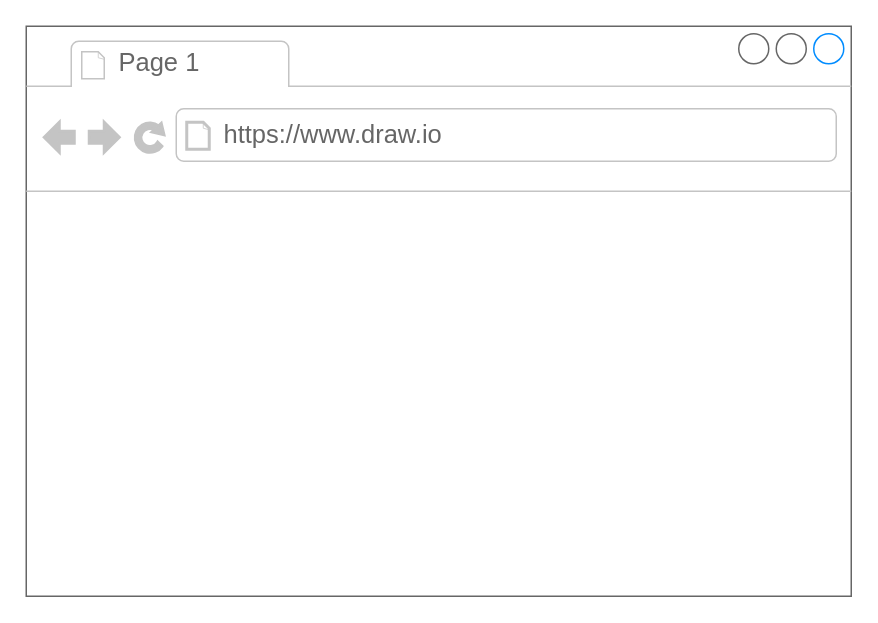
Above: Untitled Diagram.drawio in linsijiLaGuara/Node-with-React-Fullstack-Web-Development (draw.io), before the change. Source tidied: cells renumbered, new cells numbered last; positions are measured from the earlier drawing's top-left corner, leaving out a move shared by most shapes. Both pictures are drawn from the tidied source at 150%, with x=0, y=0 at pixel (26, 26).
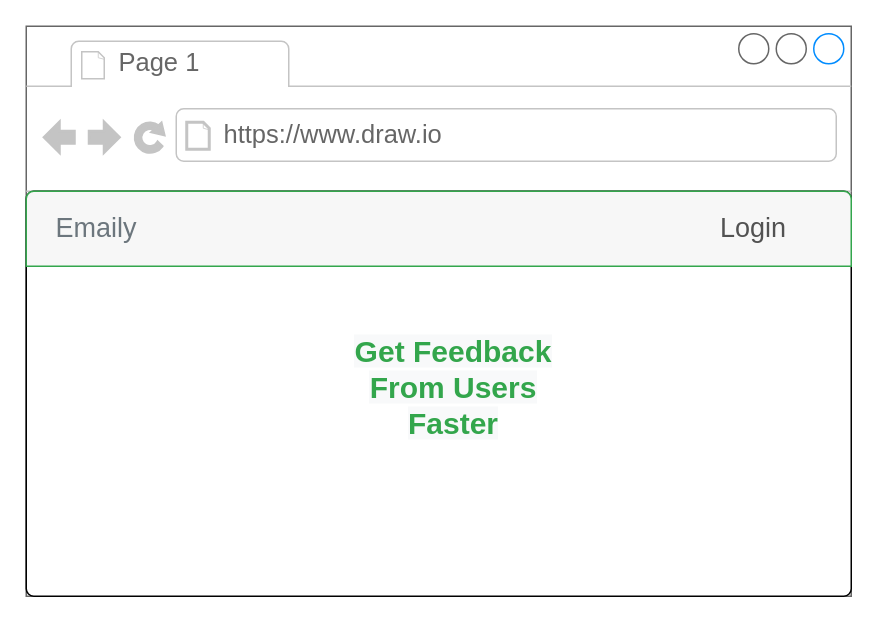
After the change.

Change to the diagram source:
```diff
@@
 <mxGraphModel>
   <root>
     <mxCell id="0" />
     <mxCell id="1" parent="0" />
     <mxCell id="2" style="strokeWidth=1;shadow=0;dashed=0;align=center;html=1;shape=mxgraph.mockup.containers.browserWindow;rSize=0;strokeColor=#666666;strokeColor2=#008cff;strokeColor3=#c4c4c4;mainText=,;" parent="1" vertex="1">
       <mxGeometry width="550" height="380" as="geometry" />
     </mxCell>
     <mxCell id="3" value="Page 1" style="strokeWidth=1;shadow=0;dashed=0;align=center;html=1;shape=mxgraph.mockup.containers.anchor;fontSize=17;fontColor=#666666;align=left;" parent="2" vertex="1">
       <mxGeometry x="60" y="12" width="110" height="26" as="geometry" />
     </mxCell>
     <mxCell id="4" value="https://www.draw.io" style="strokeWidth=1;shadow=0;dashed=0;align=center;html=1;shape=mxgraph.mockup.containers.anchor;rSize=0;fontSize=17;fontColor=#666666;align=left;" parent="2" vertex="1">
       <mxGeometry x="130" y="60" width="250" height="26" as="geometry" />
     </mxCell>
+    <mxCell id="5" style="html=1;shadow=0;dashed=0;shape=mxgraph.bootstrap.rrect;rSize=5;html=1;whiteSpace=wrap;verticalAlign=bottom;align=center;spacing=20;spacingBottom=0;fontSize=14;" parent="2" vertex="1">
+      <mxGeometry y="110" width="550" height="270" as="geometry" />
+    </mxCell>
+    <mxCell id="6" value="Emaily" style="html=1;shadow=0;dashed=0;shape=mxgraph.bootstrap.topButton;rSize=5;perimeter=none;whiteSpace=wrap;fillColor=#F7F7F7;strokeColor=#33A64C;fontColor=#6C767D;fontSize=18;align=left;spacing=20;" parent="5" vertex="1">
+      <mxGeometry width="550" height="50" relative="1" as="geometry" />
+    </mxCell>
+    <mxCell id="7" value="&lt;font style=&quot;font-size: 18px&quot; color=&quot;#525252&quot;&gt;Login&lt;/font&gt;" style="text;html=1;strokeColor=none;fillColor=none;align=center;verticalAlign=middle;whiteSpace=wrap;rounded=0;" parent="5" vertex="1">
+      <mxGeometry x="450" y="12.9" width="70" height="23.9" as="geometry" />
+    </mxCell>
+    <mxCell id="8" value="&#10;&#10;&lt;b style=&quot;color: rgb(51, 166, 76); font-family: helvetica; font-size: 20px; font-style: normal; letter-spacing: normal; text-align: center; text-indent: 0px; text-transform: none; word-spacing: 0px; background-color: rgb(248, 249, 250);&quot;&gt;Get Feedback From Users Faster&lt;/b&gt;&#10;&#10;" style="text;html=1;strokeColor=none;fillColor=none;align=center;verticalAlign=middle;whiteSpace=wrap;rounded=0;" parent="1" vertex="1">
+      <mxGeometry x="210" y="230" width="150" height="20" as="geometry" />
+    </mxCell>
   </root>
 </mxGraphModel>
```
